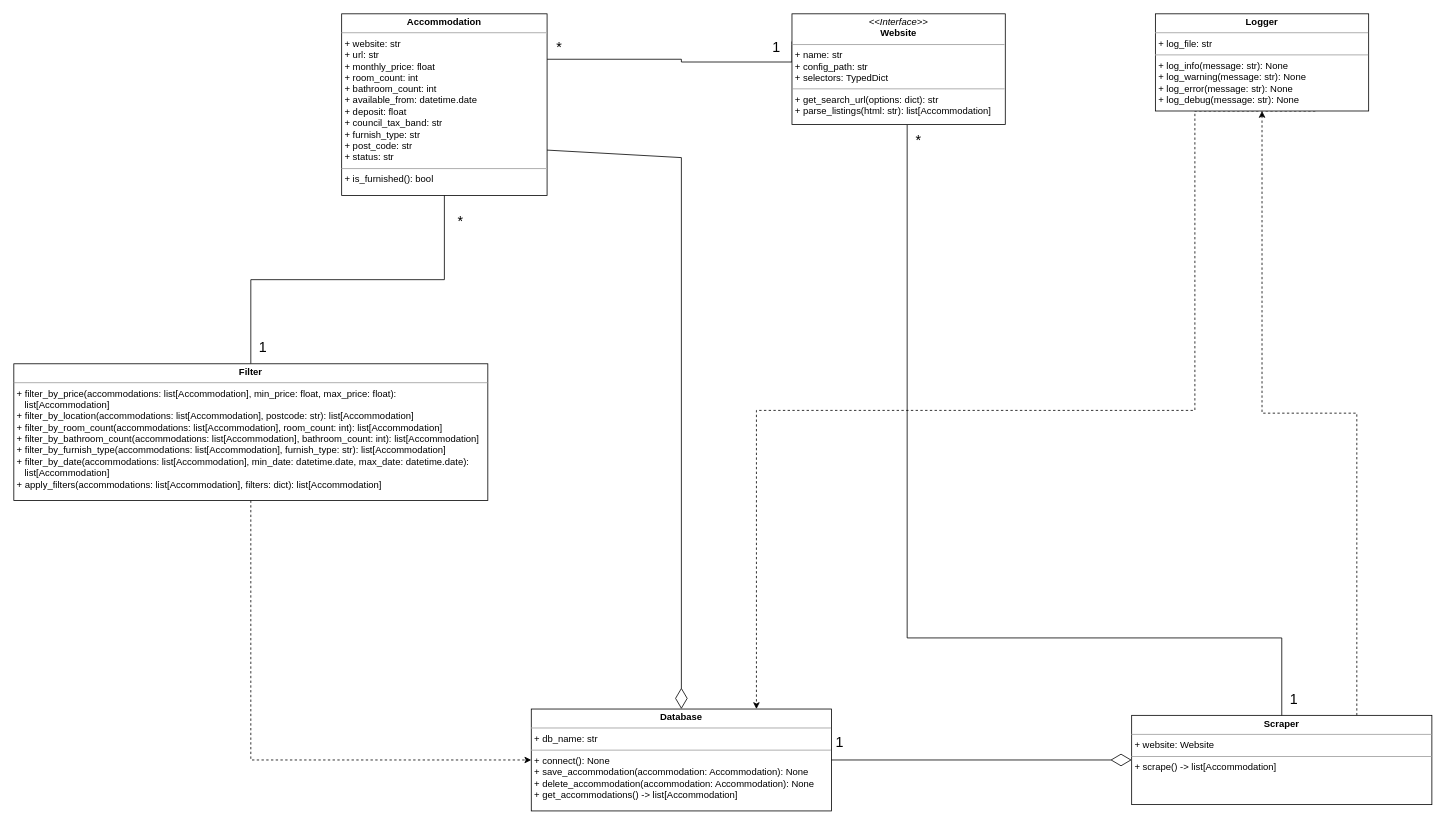
The draw.io diagram UML Diagram.drawio in Adam-Calleja/rightmove_web_scraper, before the edit. Source tidied: cells renumbered, new cells numbered last; positions are measured from the earlier drawing's top-left corner, leaving out a move shared by most shapes. Both pictures are drawn from the tidied source at 79%, with x=0, y=0 at pixel (13, 13).
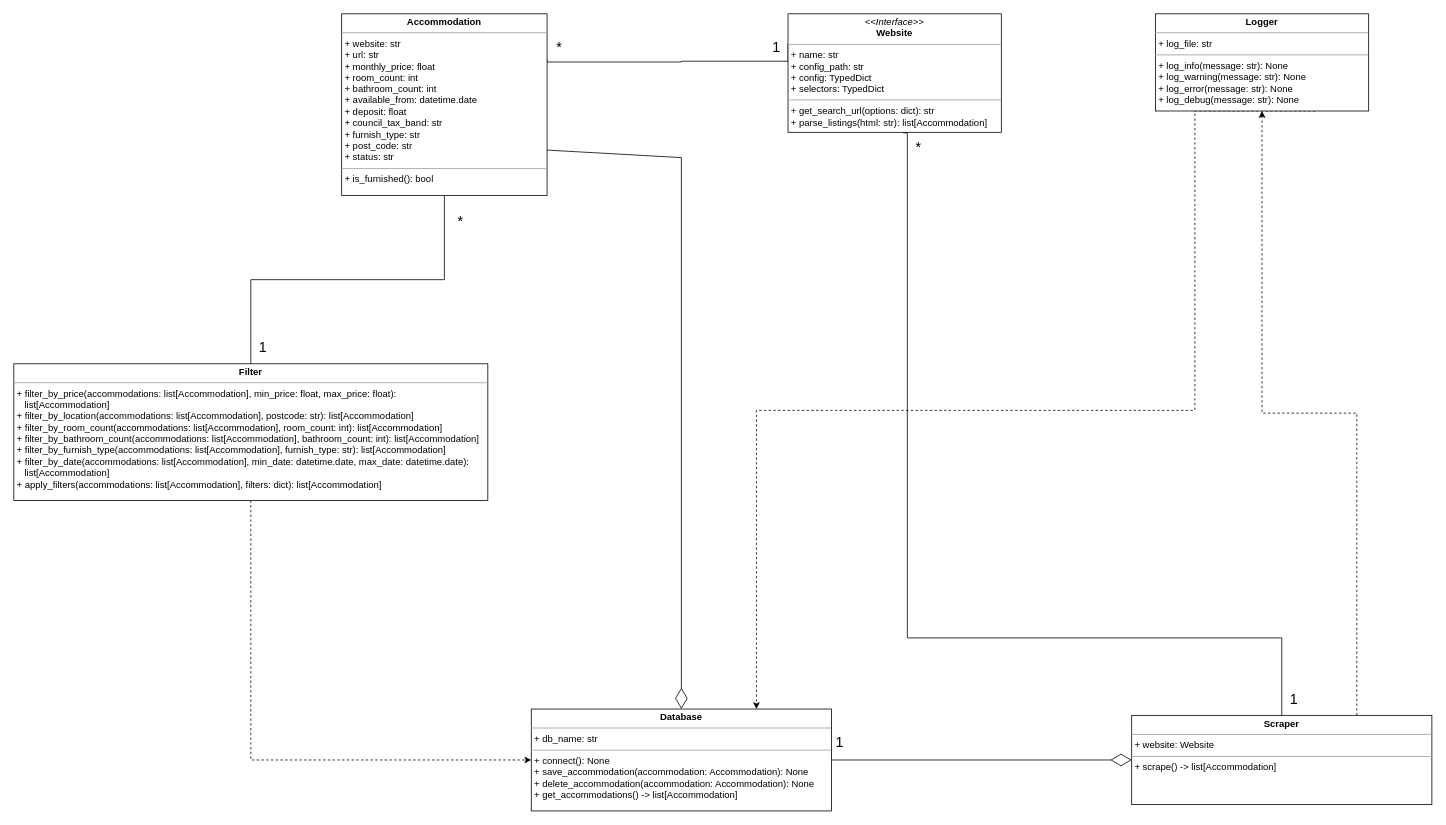
Above is the later version.

Commit message:
Modify design of the Website class

Added the config attribute to the design of the website class,
which will contain all of the configuration settings for the
website in a dictionary.

Change to the diagram source:
```diff
@@
-    <mxCell id="4" value="&lt;p style=&quot;margin:0px;margin-top:4px;text-align:center;&quot;&gt;&lt;i&gt;&amp;lt;&amp;lt;Interface&amp;gt;&amp;gt;&lt;/i&gt;&lt;br&gt;&lt;b&gt;Website&lt;/b&gt;&lt;/p&gt;&lt;hr size=&quot;1&quot;&gt;&lt;p style=&quot;margin:0px;margin-left:4px;&quot;&gt;+ name: str&lt;br&gt;+ config_path: str&lt;/p&gt;&lt;p style=&quot;margin:0px;margin-left:4px;&quot;&gt;+ selectors: TypedDict&lt;/p&gt;&lt;hr size=&quot;1&quot;&gt;&lt;p style=&quot;margin:0px;margin-left:4px;&quot;&gt;+ get_search_url(options: dict): str&lt;/p&gt;&lt;p style=&quot;margin:0px;margin-left:4px;&quot;&gt;+ parse_listings(html: str): list[Accommodation]&lt;br&gt;&lt;br&gt;&lt;/p&gt;" style="verticalAlign=top;align=left;overflow=fill;fontSize=12;fontFamily=Helvetica;html=1;rounded=0;shadow=0;comic=0;labelBackgroundColor=none;strokeWidth=1;" parent="1" vertex="1">
-      <mxGeometry x="985" width="270" height="140" as="geometry" />
+    <mxCell id="4" value="&lt;p style=&quot;margin:0px;margin-top:4px;text-align:center;&quot;&gt;&lt;i&gt;&amp;lt;&amp;lt;Interface&amp;gt;&amp;gt;&lt;/i&gt;&lt;br&gt;&lt;b&gt;Website&lt;/b&gt;&lt;/p&gt;&lt;hr size=&quot;1&quot;&gt;&lt;p style=&quot;margin:0px;margin-left:4px;&quot;&gt;+ name: str&lt;br&gt;+ config_path: str&lt;/p&gt;&lt;p style=&quot;margin:0px;margin-left:4px;&quot;&gt;&lt;span style=&quot;background-color: transparent; color: light-dark(rgb(0, 0, 0), rgb(255, 255, 255));&quot;&gt;+ config: TypedDict&lt;/span&gt;&lt;/p&gt;&lt;p style=&quot;margin:0px;margin-left:4px;&quot;&gt;&lt;span style=&quot;background-color: transparent; color: light-dark(rgb(0, 0, 0), rgb(255, 255, 255));&quot;&gt;+ selectors: TypedDict&lt;/span&gt;&lt;/p&gt;&lt;hr size=&quot;1&quot;&gt;&lt;p style=&quot;margin:0px;margin-left:4px;&quot;&gt;+ get_search_url(options: dict): str&lt;/p&gt;&lt;p style=&quot;margin:0px;margin-left:4px;&quot;&gt;+ parse_listings(html: str): list[Accommodation]&lt;br&gt;&lt;br&gt;&lt;/p&gt;" style="verticalAlign=top;align=left;overflow=fill;fontSize=12;fontFamily=Helvetica;html=1;rounded=0;shadow=0;comic=0;labelBackgroundColor=none;strokeWidth=1;" parent="1" vertex="1">
+      <mxGeometry x="980" width="270" height="150" as="geometry" />
     </mxCell>
@@
     <mxCell id="17" value="&lt;font style=&quot;font-size: 18px;&quot;&gt;*&lt;/font&gt;" style="text;html=1;align=center;verticalAlign=middle;strokeColor=none;fillColor=none;" parent="1" vertex="1">
-      <mxGeometry x="1130" y="140" width="30" height="40" as="geometry" />
+      <mxGeometry x="1130" y="150" width="30" height="40" as="geometry" />
     </mxCell>
```
